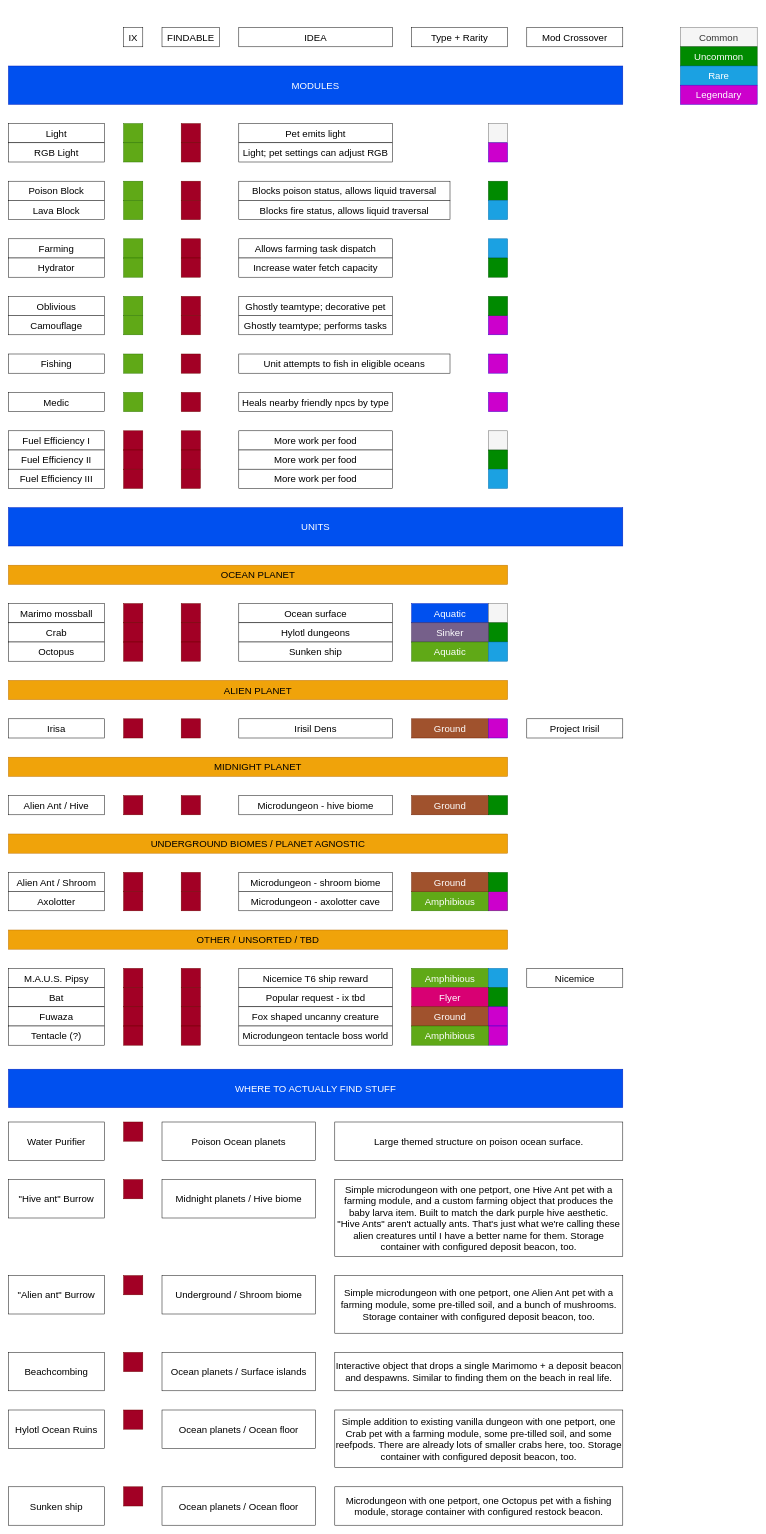
This is workbench/plan.drawio from LoftyLoftyLoftyLoftyLofty/sb_petports, a draw.io file, before an edit. Source tidied: cells renumbered, new cells numbered last; positions are measured from the earlier drawing's top-left corner, leaving out a move shared by most shapes. Both pictures are drawn from the tidied source at 48%, with x=0, y=0 at pixel (8, 27).
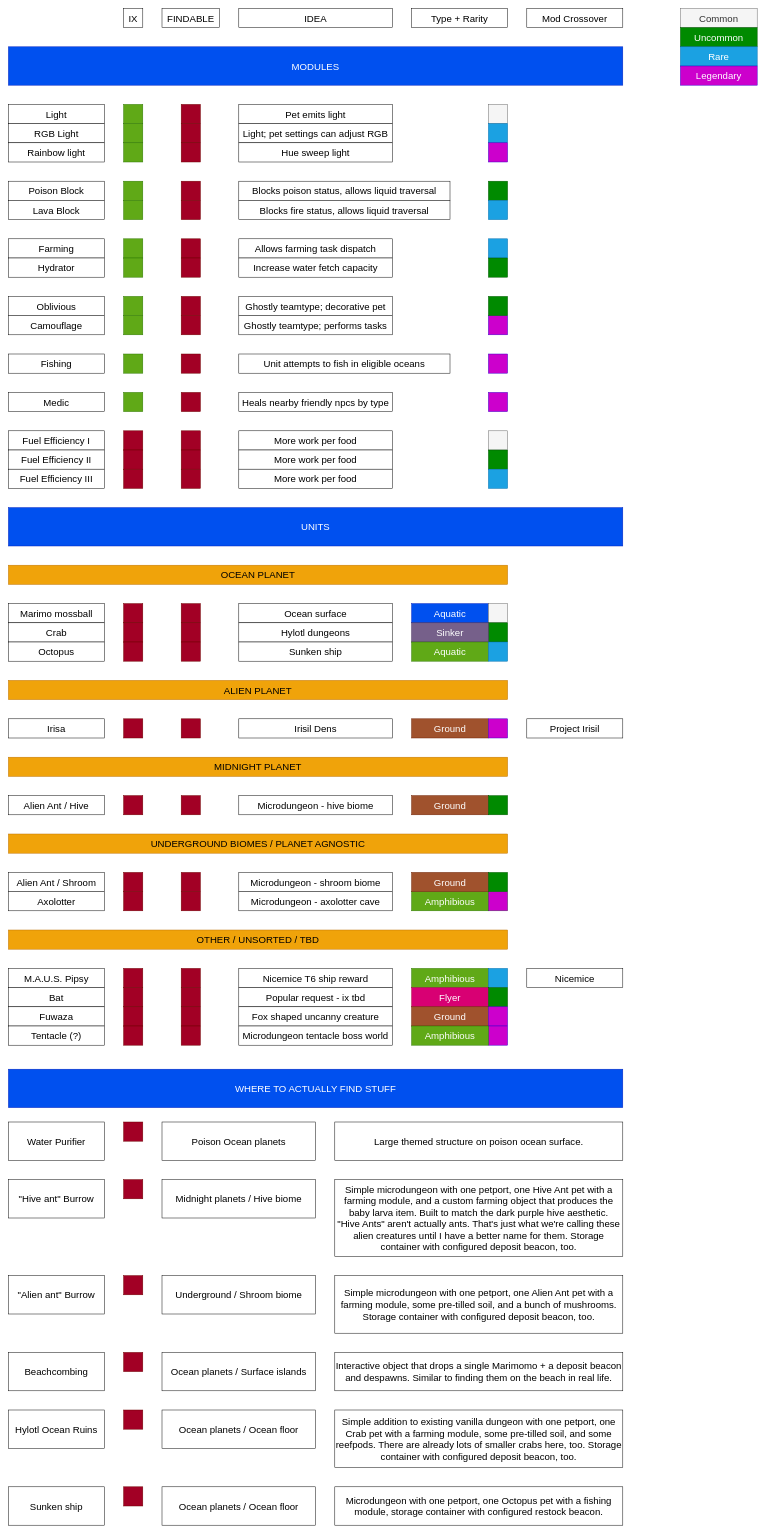
After the change.

Commit message (it also covers changes not shown here):
rainbow light

Diff of the diagram source:
```diff
@@
     <mxCell id="2" value="&lt;font style=&quot;font-size: 20px;&quot;&gt;MODULES&lt;/font&gt;" style="rounded=0;whiteSpace=wrap;html=1;fontSize=20;fillColor=#0050ef;fontColor=#ffffff;strokeColor=#001DBC;" parent="1" vertex="1">
-      <mxGeometry y="80" width="1280" height="80" as="geometry" />
+      <mxGeometry y="40" width="1280" height="80" as="geometry" />
     </mxCell>
@@
     <mxCell id="4" value="&lt;font style=&quot;font-size: 20px;&quot;&gt;Light&lt;/font&gt;" style="rounded=0;whiteSpace=wrap;html=1;fontSize=20;" parent="1" vertex="1">
-      <mxGeometry y="200" width="200" height="40" as="geometry" />
+      <mxGeometry y="160" width="200" height="40" as="geometry" />
     </mxCell>
@@
     <mxCell id="11" value="&lt;font style=&quot;font-size: 20px;&quot;&gt;IX&lt;/font&gt;" style="rounded=0;whiteSpace=wrap;html=1;fontSize=20;" parent="1" vertex="1">
-      <mxGeometry x="240" width="40" height="40" as="geometry" />
+      <mxGeometry x="240" y="-40" width="40" height="40" as="geometry" />
     </mxCell>
     <mxCell id="12" value="&lt;font style=&quot;font-size: 20px;&quot;&gt;FINDABLE&lt;/font&gt;" style="rounded=0;whiteSpace=wrap;html=1;fontSize=20;" parent="1" vertex="1">
-      <mxGeometry x="320" width="120" height="40" as="geometry" />
+      <mxGeometry x="320" y="-40" width="120" height="40" as="geometry" />
     </mxCell>
     <mxCell id="13" style="rounded=0;whiteSpace=wrap;html=1;fontSize=20;fillColor=#60a917;fontColor=#ffffff;strokeColor=#2D7600;" parent="1" vertex="1">
-      <mxGeometry x="240" y="200" width="40" height="40" as="geometry" />
+      <mxGeometry x="240" y="160" width="40" height="40" as="geometry" />
     </mxCell>
@@
     <mxCell id="24" value="&lt;font style=&quot;font-size: 20px;&quot;&gt;IDEA&lt;/font&gt;" style="rounded=0;whiteSpace=wrap;html=1;fontSize=20;" parent="1" vertex="1">
-      <mxGeometry x="480" width="320" height="40" as="geometry" />
+      <mxGeometry x="480" y="-40" width="320" height="40" as="geometry" />
     </mxCell>
     <mxCell id="25" style="rounded=0;whiteSpace=wrap;html=1;fontSize=20;fillColor=#a20025;fontColor=#ffffff;strokeColor=#6F0000;" parent="1" vertex="1">
-      <mxGeometry x="360" y="200" width="40" height="40" as="geometry" />
+      <mxGeometry x="360" y="160" width="40" height="40" as="geometry" />
     </mxCell>
@@
     <mxCell id="34" value="&lt;font style=&quot;font-size: 20px;&quot;&gt;Pet emits light&lt;/font&gt;" style="rounded=0;whiteSpace=wrap;html=1;fontSize=20;" parent="1" vertex="1">
-      <mxGeometry x="480" y="200" width="320" height="40" as="geometry" />
+      <mxGeometry x="480" y="160" width="320" height="40" as="geometry" />
     </mxCell>
@@
     <mxCell id="109" value="&lt;font style=&quot;font-size: 20px;&quot;&gt;Type + Rarity&lt;/font&gt;" style="rounded=0;whiteSpace=wrap;html=1;fontSize=20;" parent="1" vertex="1">
-      <mxGeometry x="840" width="200" height="40" as="geometry" />
+      <mxGeometry x="840" y="-40" width="200" height="40" as="geometry" />
     </mxCell>
@@
     <mxCell id="115" value="&lt;font style=&quot;font-size: 20px;&quot;&gt;Mod Crossover&lt;/font&gt;" style="rounded=0;whiteSpace=wrap;html=1;fontSize=20;" parent="1" vertex="1">
-      <mxGeometry x="1080" width="200" height="40" as="geometry" />
+      <mxGeometry x="1080" y="-40" width="200" height="40" as="geometry" />
     </mxCell>
@@
     <mxCell id="118" style="rounded=0;whiteSpace=wrap;html=1;fontSize=20;fillColor=#f5f5f5;fontColor=#333333;strokeColor=#666666;" parent="1" vertex="1">
-      <mxGeometry x="1000" y="200" width="40" height="40" as="geometry" />
+      <mxGeometry x="1000" y="160" width="40" height="40" as="geometry" />
     </mxCell>
@@
     <mxCell id="142" value="&lt;font style=&quot;font-size: 20px;&quot;&gt;RGB Light&lt;/font&gt;" style="rounded=0;whiteSpace=wrap;html=1;fontSize=20;" parent="1" vertex="1">
-      <mxGeometry y="240" width="200" height="40" as="geometry" />
+      <mxGeometry y="200" width="200" height="40" as="geometry" />
     </mxCell>
     <mxCell id="143" style="rounded=0;whiteSpace=wrap;html=1;fontSize=20;fillColor=#60a917;fontColor=#ffffff;strokeColor=#2D7600;" parent="1" vertex="1">
-      <mxGeometry x="240" y="240" width="40" height="40" as="geometry" />
+      <mxGeometry x="240" y="200" width="40" height="40" as="geometry" />
     </mxCell>
     <mxCell id="144" style="rounded=0;whiteSpace=wrap;html=1;fontSize=20;fillColor=#a20025;fontColor=#ffffff;strokeColor=#6F0000;" parent="1" vertex="1">
-      <mxGeometry x="360" y="240" width="40" height="40" as="geometry" />
+      <mxGeometry x="360" y="200" width="40" height="40" as="geometry" />
     </mxCell>
     <mxCell id="145" value="&lt;font style=&quot;font-size: 20px;&quot;&gt;Light; pet settings can adjust RGB&lt;/font&gt;" style="rounded=0;whiteSpace=wrap;html=1;fontSize=20;" parent="1" vertex="1">
-      <mxGeometry x="480" y="240" width="320" height="40" as="geometry" />
+      <mxGeometry x="480" y="200" width="320" height="40" as="geometry" />
     </mxCell>
-    <mxCell id="146" style="rounded=0;whiteSpace=wrap;html=1;fontSize=20;fillColor=#CC00CC;fontColor=#ffffff;strokeColor=#3700CC;" parent="1" vertex="1">
-      <mxGeometry x="1000" y="240" width="40" height="40" as="geometry" />
+    <mxCell id="146" style="rounded=0;whiteSpace=wrap;html=1;fontSize=20;fillColor=#1ba1e2;fontColor=#ffffff;strokeColor=#006EAF;" parent="1" vertex="1">
+      <mxGeometry x="1000" y="200" width="40" height="40" as="geometry" />
     </mxCell>
     <mxCell id="147" value="Common" style="rounded=0;whiteSpace=wrap;html=1;fontSize=20;fillColor=#f5f5f5;fontColor=#333333;strokeColor=#666666;" parent="1" vertex="1">
-      <mxGeometry x="1400" width="160" height="40" as="geometry" />
+      <mxGeometry x="1400" y="-40" width="160" height="40" as="geometry" />
     </mxCell>
     <mxCell id="148" value="Uncommon" style="rounded=0;whiteSpace=wrap;html=1;fontSize=20;fillColor=#008a00;fontColor=#ffffff;strokeColor=#005700;" parent="1" vertex="1">
-      <mxGeometry x="1400" y="40" width="160" height="40" as="geometry" />
+      <mxGeometry x="1400" width="160" height="40" as="geometry" />
     </mxCell>
     <mxCell id="149" value="Rare" style="rounded=0;whiteSpace=wrap;html=1;fontSize=20;fillColor=#1ba1e2;fontColor=#ffffff;strokeColor=#006EAF;" parent="1" vertex="1">
-      <mxGeometry x="1400" y="80" width="160" height="40" as="geometry" />
+      <mxGeometry x="1400" y="40" width="160" height="40" as="geometry" />
     </mxCell>
     <mxCell id="150" value="Legendary" style="rounded=0;whiteSpace=wrap;html=1;fontSize=20;fillColor=#CC00CC;fontColor=#ffffff;strokeColor=#3700CC;" parent="1" vertex="1">
-      <mxGeometry x="1400" y="120" width="160" height="40" as="geometry" />
+      <mxGeometry x="1400" y="80" width="160" height="40" as="geometry" />
     </mxCell>
@@
+    <mxCell id="176" value="&lt;font style=&quot;font-size: 20px;&quot;&gt;Rainbow light&lt;/font&gt;" style="rounded=0;whiteSpace=wrap;html=1;fontSize=20;" parent="1" vertex="1">
+      <mxGeometry y="240" width="200" height="40" as="geometry" />
+    </mxCell>
+    <mxCell id="177" style="rounded=0;whiteSpace=wrap;html=1;fontSize=20;fillColor=#60a917;fontColor=#ffffff;strokeColor=#2D7600;" parent="1" vertex="1">
+      <mxGeometry x="240" y="240" width="40" height="40" as="geometry" />
+    </mxCell>
+    <mxCell id="178" style="rounded=0;whiteSpace=wrap;html=1;fontSize=20;fillColor=#a20025;fontColor=#ffffff;strokeColor=#6F0000;" parent="1" vertex="1">
+      <mxGeometry x="360" y="240" width="40" height="40" as="geometry" />
+    </mxCell>
+    <mxCell id="179" value="&lt;font style=&quot;font-size: 20px;&quot;&gt;Hue sweep light&lt;/font&gt;" style="rounded=0;whiteSpace=wrap;html=1;fontSize=20;" parent="1" vertex="1">
+      <mxGeometry x="480" y="240" width="320" height="40" as="geometry" />
+    </mxCell>
+    <mxCell id="180" style="rounded=0;whiteSpace=wrap;html=1;fontSize=20;fillColor=#CC00CC;fontColor=#ffffff;strokeColor=#3700CC;" parent="1" vertex="1">
+      <mxGeometry x="1000" y="240" width="40" height="40" as="geometry" />
+    </mxCell>
```
